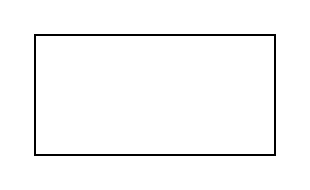
Earlier version of the draw.io diagram 未命名绘图.drawio (housailei-code/LiuLei-ss). Source tidied: cells renumbered, new cells numbered last; positions are measured from the earlier drawing's top-left corner, leaving out a move shared by most shapes. Both pictures are drawn from the tidied source at 200%, with x=0, y=0 at pixel (34, 34).
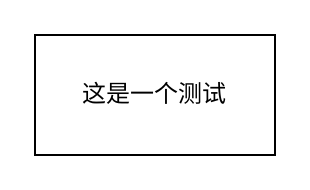
The same diagram, later.

Change to the diagram source:
```diff
@@
 <mxGraphModel>
   <root>
     <mxCell id="0" />
     <mxCell id="1" parent="0" />
-    <mxCell id="2" style="rounded=0;whiteSpace=wrap;html=1;" parent="1" vertex="1">
+    <mxCell id="2" value="这是一个测试" style="rounded=0;whiteSpace=wrap;html=1;" parent="1" vertex="1">
       <mxGeometry width="120" height="60" as="geometry" />
     </mxCell>
   </root>
 </mxGraphModel>
```
